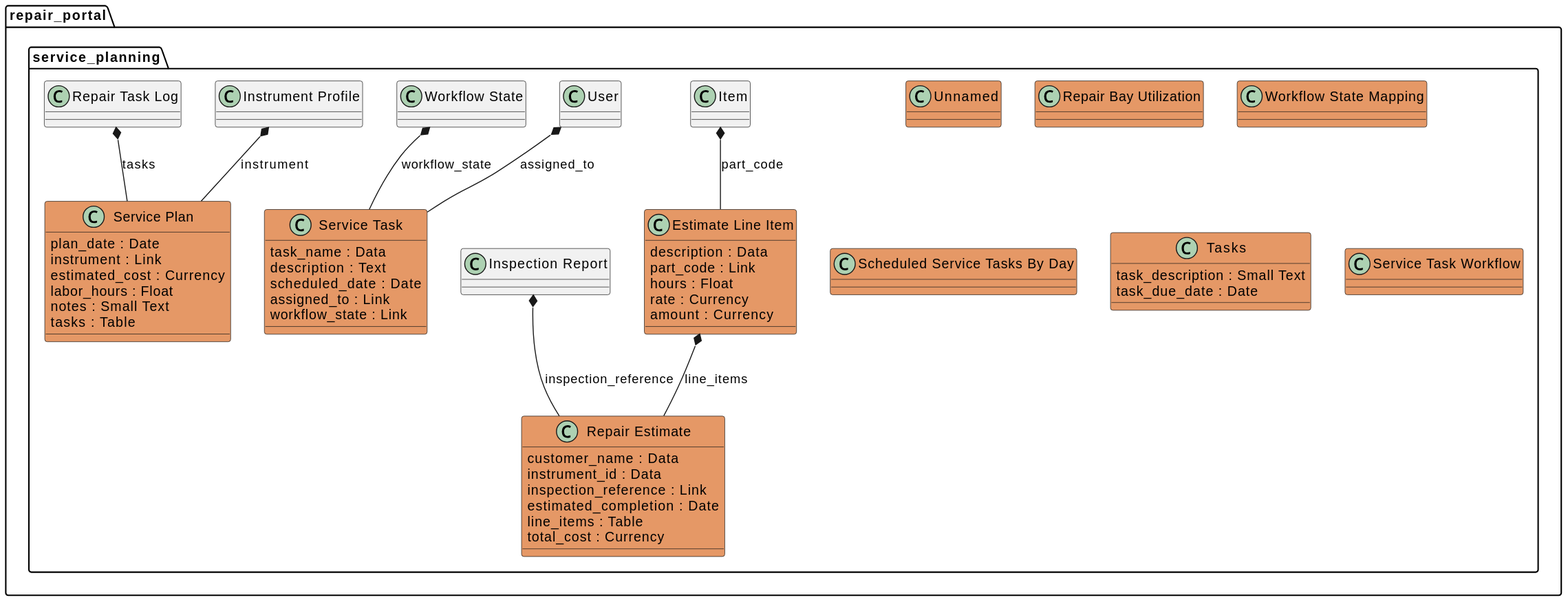
ArtisanClarinets/repair_portal keeps this PlantUML diagram as fviz/module/repair_portal_service_planning.svg. Above is the earlier version.
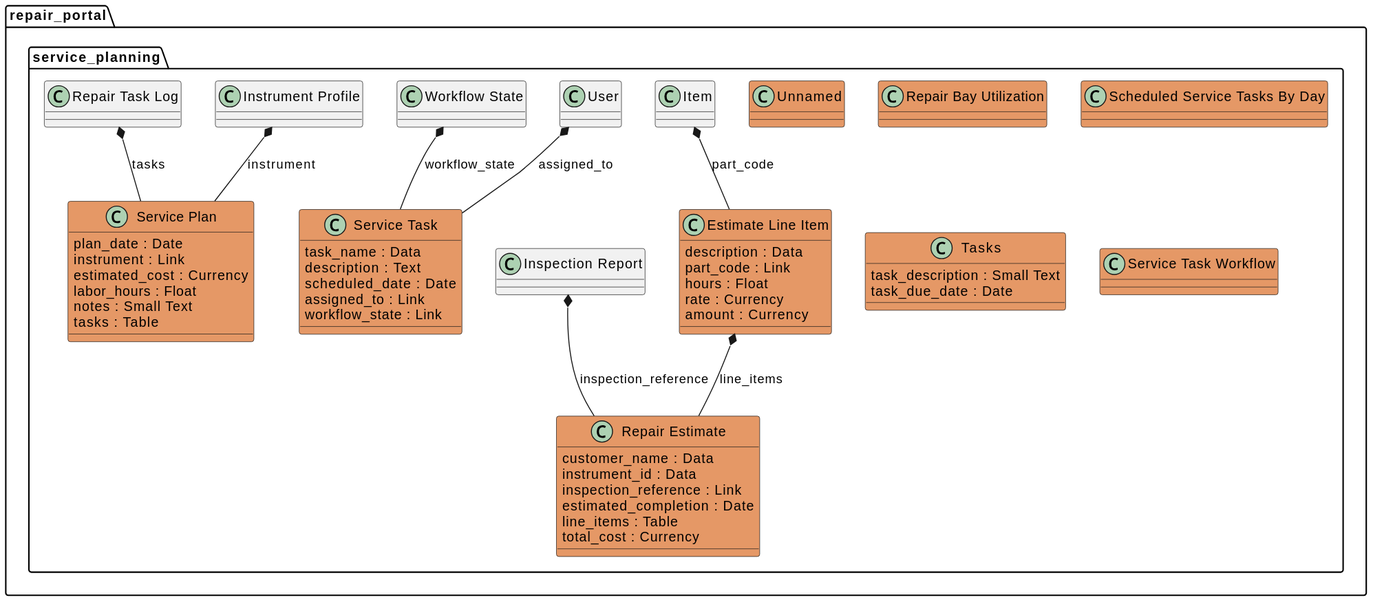
After the change.

What changed in the source:
```diff
@@ -5,8 +5,6 @@
 class "Unnamed" #E59866 {
 }
 class "Repair Bay Utilization" #E59866 {
-}
-class "Workflow State Mapping" #E59866 {
 }
 class "Scheduled Service Tasks By Day" #E59866 {
 }
```
